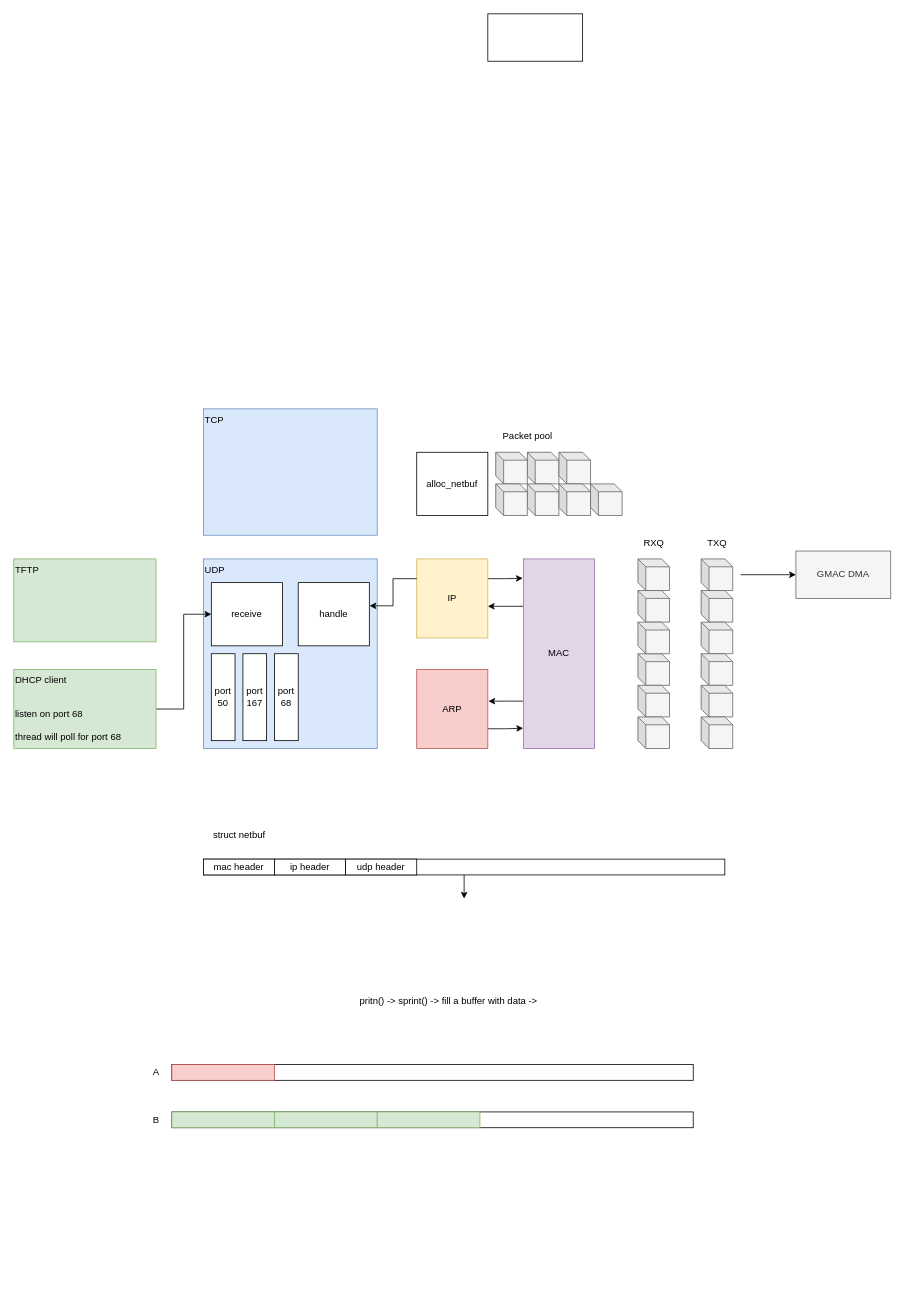
Above: doc/diagrams/net.drawio.xml in strawberryhacker/operating-system-cortex-a5 (draw.io), before the change. Source tidied: cells renumbered, new cells numbered last; positions are measured from the earlier drawing's top-left corner, leaving out a move shared by most shapes. Both pictures are drawn from the tidied source at 79%, with x=0, y=0 at pixel (13, 13).
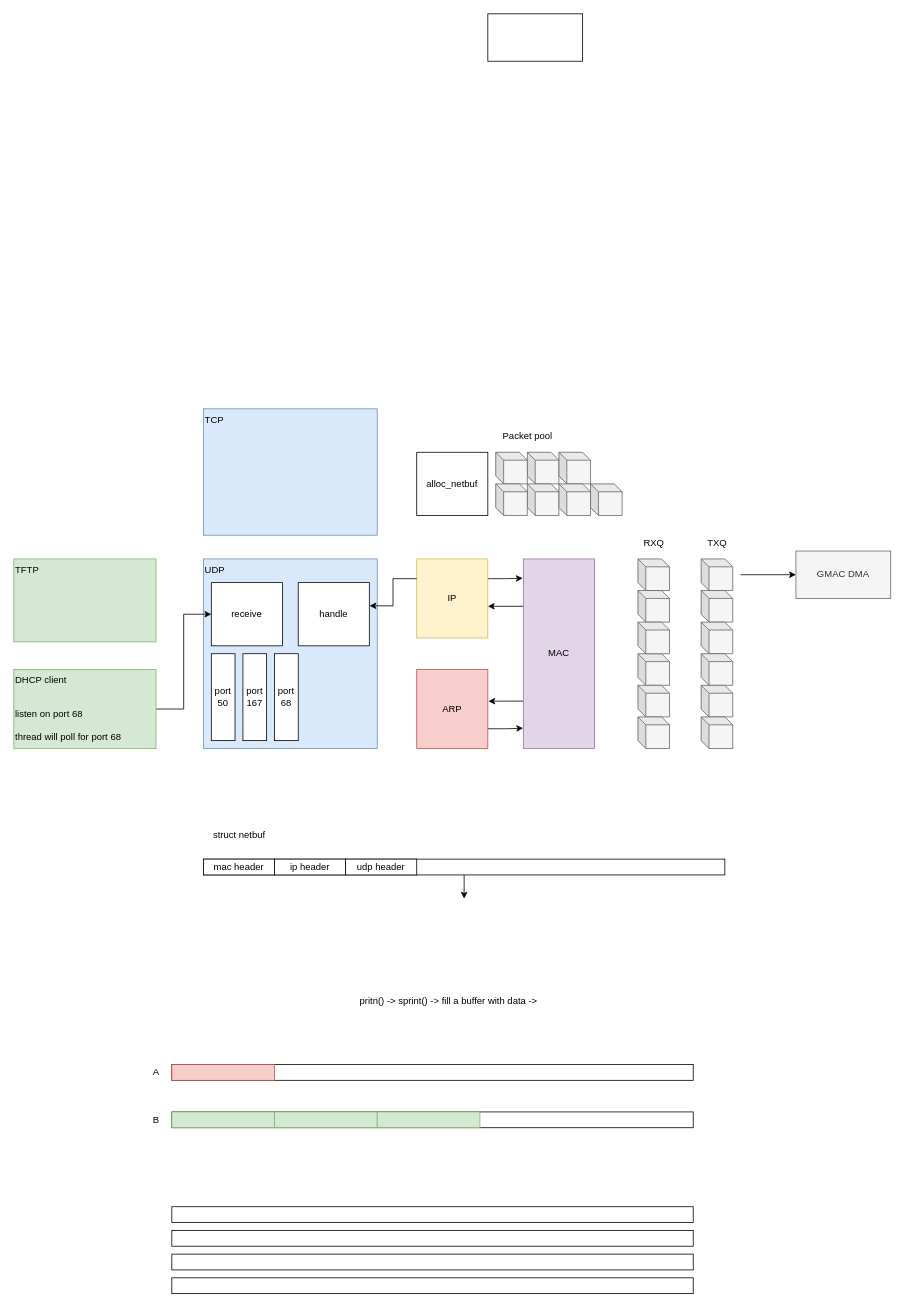
Above is the later version.

The edit, as a diff of the source:
```diff
@@
+    <mxCell id="61" style="rounded=0;whiteSpace=wrap;html=1;align=center;verticalAlign=middle;" parent="1" vertex="1">
+      <mxGeometry x="200" y="1510" width="660" height="20" as="geometry" />
+    </mxCell>
+    <mxCell id="62" style="rounded=0;whiteSpace=wrap;html=1;align=center;verticalAlign=middle;" parent="1" vertex="1">
+      <mxGeometry x="200" y="1540" width="660" height="20" as="geometry" />
+    </mxCell>
+    <mxCell id="63" style="rounded=0;whiteSpace=wrap;html=1;align=center;verticalAlign=middle;" parent="1" vertex="1">
+      <mxGeometry x="200" y="1570" width="660" height="20" as="geometry" />
+    </mxCell>
+    <mxCell id="64" style="rounded=0;whiteSpace=wrap;html=1;align=center;verticalAlign=middle;" parent="1" vertex="1">
+      <mxGeometry x="200" y="1600" width="660" height="20" as="geometry" />
+    </mxCell>
```
